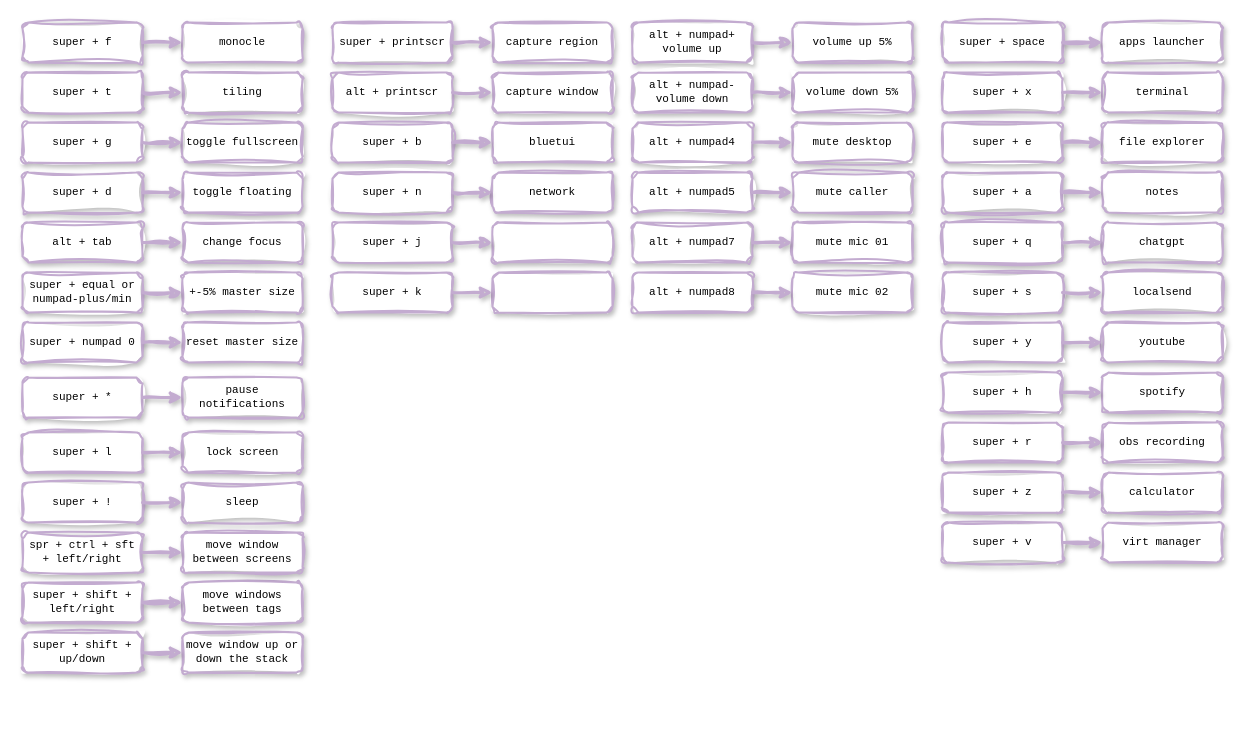
Earlier version of the draw.io diagram shortcutmap/keymap.drawio (alainpham/dwm-flexipatch). Source tidied: cells renumbered, new cells numbered last; positions are measured from the earlier drawing's top-left corner, leaving out a move shared by most shapes. Both pictures are drawn from the tidied source at 100%, with x=0, y=0 at pixel (22, 22).
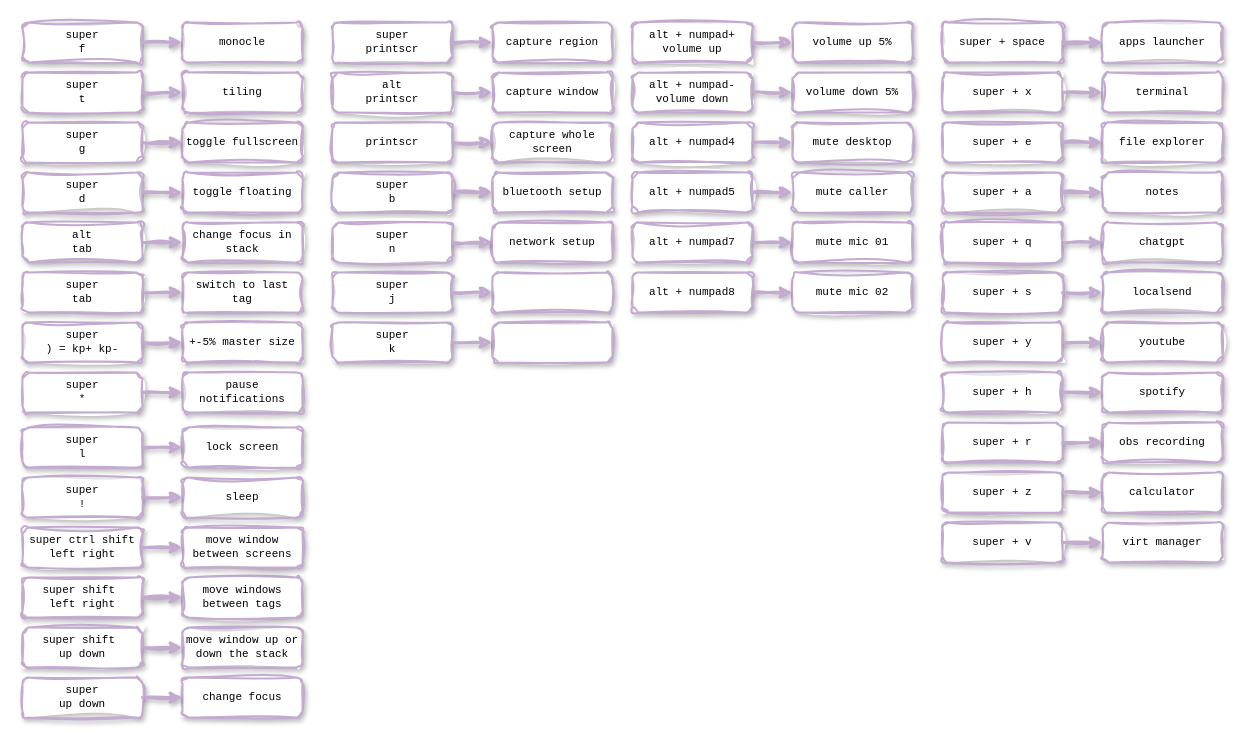
Above is the later version.

Diff of the diagram source:
```diff
@@
-    <mxCell id="5" value="super + printscr" style="rounded=1;whiteSpace=wrap;html=1;sketch=1;curveFitting=1;jiggle=2;glass=0;shadow=1;strokeColor=#C3ABD0;strokeWidth=2;align=center;verticalAlign=middle;fontFamily=Courier New;fontSize=11;fontColor=default;fillColor=default;" parent="1" vertex="1">
+    <mxCell id="5" value="super&lt;div&gt;printscr&lt;/div&gt;" style="rounded=1;whiteSpace=wrap;html=1;sketch=1;curveFitting=1;jiggle=2;glass=0;shadow=1;strokeColor=#C3ABD0;strokeWidth=2;align=center;verticalAlign=middle;fontFamily=Courier New;fontSize=11;fontColor=default;fillColor=default;" parent="1" vertex="1">
       <mxGeometry x="310" width="120" height="40" as="geometry" />
     </mxCell>
-    <mxCell id="6" value="alt + printscr" style="rounded=1;whiteSpace=wrap;html=1;sketch=1;curveFitting=1;jiggle=2;glass=0;shadow=1;strokeColor=#C3ABD0;strokeWidth=2;align=center;verticalAlign=middle;fontFamily=Courier New;fontSize=11;fontColor=default;fillColor=default;" parent="1" vertex="1">
+    <mxCell id="6" value="alt&lt;div&gt;printscr&lt;/div&gt;" style="rounded=1;whiteSpace=wrap;html=1;sketch=1;curveFitting=1;jiggle=2;glass=0;shadow=1;strokeColor=#C3ABD0;strokeWidth=2;align=center;verticalAlign=middle;fontFamily=Courier New;fontSize=11;fontColor=default;fillColor=default;" parent="1" vertex="1">
       <mxGeometry x="310" y="50" width="120" height="40" as="geometry" />
     </mxCell>
@@
-    <mxCell id="18" value="super + l" style="rounded=1;whiteSpace=wrap;html=1;sketch=1;curveFitting=1;jiggle=2;glass=0;shadow=1;strokeColor=#C3ABD0;strokeWidth=2;align=center;verticalAlign=middle;fontFamily=Courier New;fontSize=11;fontColor=default;fillColor=default;" parent="1" vertex="1">
-      <mxGeometry y="410" width="120" height="40" as="geometry" />
+    <mxCell id="18" value="super&lt;div&gt;l&lt;/div&gt;" style="rounded=1;whiteSpace=wrap;html=1;sketch=1;curveFitting=1;jiggle=2;glass=0;shadow=1;strokeColor=#C3ABD0;strokeWidth=2;align=center;verticalAlign=middle;fontFamily=Courier New;fontSize=11;fontColor=default;fillColor=default;" parent="1" vertex="1">
+      <mxGeometry y="405" width="120" height="40" as="geometry" />
     </mxCell>
@@
     <mxCell id="20" value="lock screen" style="whiteSpace=wrap;html=1;strokeColor=#C3ABD0;rounded=1;sketch=1;curveFitting=1;jiggle=2;glass=0;shadow=1;strokeWidth=2;fontFamily=Courier New;fontSize=11;" parent="1" vertex="1">
-      <mxGeometry x="160" y="410" width="120" height="40" as="geometry" />
+      <mxGeometry x="160" y="405" width="120" height="40" as="geometry" />
     </mxCell>
@@
-    <mxCell id="41" value="super + *" style="rounded=1;whiteSpace=wrap;html=1;sketch=1;curveFitting=1;jiggle=2;glass=0;shadow=1;strokeColor=#C3ABD0;strokeWidth=2;align=center;verticalAlign=middle;fontFamily=Courier New;fontSize=11;fontColor=default;fillColor=default;" parent="1" vertex="1">
-      <mxGeometry y="355" width="120" height="40" as="geometry" />
+    <mxCell id="41" value="super&lt;div&gt;*&lt;/div&gt;" style="rounded=1;whiteSpace=wrap;html=1;sketch=1;curveFitting=1;jiggle=2;glass=0;shadow=1;strokeColor=#C3ABD0;strokeWidth=2;align=center;verticalAlign=middle;fontFamily=Courier New;fontSize=11;fontColor=default;fillColor=default;" parent="1" vertex="1">
+      <mxGeometry y="350" width="120" height="40" as="geometry" />
     </mxCell>
@@
-    <mxCell id="45" value="super + d" style="rounded=1;whiteSpace=wrap;html=1;sketch=1;curveFitting=1;jiggle=2;glass=0;shadow=1;strokeColor=#C3ABD0;strokeWidth=2;align=center;verticalAlign=middle;fontFamily=Courier New;fontSize=11;fontColor=default;fillColor=default;" parent="1" vertex="1">
+    <mxCell id="45" value="super&lt;div&gt;&lt;span style=&quot;background-color: transparent; color: light-dark(rgb(0, 0, 0), rgb(255, 255, 255));&quot;&gt;d&lt;/span&gt;&lt;/div&gt;" style="rounded=1;whiteSpace=wrap;html=1;sketch=1;curveFitting=1;jiggle=2;glass=0;shadow=1;strokeColor=#C3ABD0;strokeWidth=2;align=center;verticalAlign=middle;fontFamily=Courier New;fontSize=11;fontColor=default;fillColor=default;" parent="1" vertex="1">
       <mxGeometry y="150" width="120" height="40" as="geometry" />
     </mxCell>
-    <mxCell id="46" value="super + t" style="rounded=1;whiteSpace=wrap;html=1;sketch=1;curveFitting=1;jiggle=2;glass=0;shadow=1;strokeColor=#C3ABD0;strokeWidth=2;align=center;verticalAlign=middle;fontFamily=Courier New;fontSize=11;fontColor=default;fillColor=default;" parent="1" vertex="1">
+    <mxCell id="46" value="super&lt;div&gt;t&lt;/div&gt;" style="rounded=1;whiteSpace=wrap;html=1;sketch=1;curveFitting=1;jiggle=2;glass=0;shadow=1;strokeColor=#C3ABD0;strokeWidth=2;align=center;verticalAlign=middle;fontFamily=Courier New;fontSize=11;fontColor=default;fillColor=default;" parent="1" vertex="1">
       <mxGeometry y="50" width="120" height="40" as="geometry" />
     </mxCell>
     <mxCell id="47" value="pause notifications" style="whiteSpace=wrap;html=1;strokeColor=#C3ABD0;rounded=1;sketch=1;curveFitting=1;jiggle=2;glass=0;shadow=1;strokeWidth=2;fontFamily=Courier New;fontSize=11;" parent="1" vertex="1">
-      <mxGeometry x="160" y="355" width="120" height="40" as="geometry" />
+      <mxGeometry x="160" y="350" width="120" height="40" as="geometry" />
     </mxCell>
@@
-    <mxCell id="63" value="super + b" style="rounded=1;whiteSpace=wrap;html=1;sketch=1;curveFitting=1;jiggle=2;glass=0;shadow=1;strokeColor=#C3ABD0;strokeWidth=2;align=center;verticalAlign=middle;fontFamily=Courier New;fontSize=11;fontColor=default;fillColor=default;" parent="1" vertex="1">
-      <mxGeometry x="310" y="100" width="120" height="40" as="geometry" />
+    <mxCell id="63" value="super&lt;div&gt;b&lt;/div&gt;" style="rounded=1;whiteSpace=wrap;html=1;sketch=1;curveFitting=1;jiggle=2;glass=0;shadow=1;strokeColor=#C3ABD0;strokeWidth=2;align=center;verticalAlign=middle;fontFamily=Courier New;fontSize=11;fontColor=default;fillColor=default;" parent="1" vertex="1">
+      <mxGeometry x="310" y="150" width="120" height="40" as="geometry" />
     </mxCell>
@@
-    <mxCell id="65" value="bluetui" style="whiteSpace=wrap;html=1;strokeColor=#C3ABD0;rounded=1;sketch=1;curveFitting=1;jiggle=2;glass=0;shadow=1;strokeWidth=2;fontFamily=Courier New;fontSize=11;" parent="1" vertex="1">
-      <mxGeometry x="470" y="100" width="120" height="40" as="geometry" />
+    <mxCell id="65" value="bluetooth setup" style="whiteSpace=wrap;html=1;strokeColor=#C3ABD0;rounded=1;sketch=1;curveFitting=1;jiggle=2;glass=0;shadow=1;strokeWidth=2;fontFamily=Courier New;fontSize=11;" parent="1" vertex="1">
+      <mxGeometry x="470" y="150" width="120" height="40" as="geometry" />
     </mxCell>
@@
-    <mxCell id="68" value="super + n" style="rounded=1;whiteSpace=wrap;html=1;sketch=1;curveFitting=1;jiggle=2;glass=0;shadow=1;strokeColor=#C3ABD0;strokeWidth=2;align=center;verticalAlign=middle;fontFamily=Courier New;fontSize=11;fontColor=default;fillColor=default;" parent="1" vertex="1">
-      <mxGeometry x="310" y="150" width="120" height="40" as="geometry" />
+    <mxCell id="68" value="super&lt;div&gt;n&lt;/div&gt;" style="rounded=1;whiteSpace=wrap;html=1;sketch=1;curveFitting=1;jiggle=2;glass=0;shadow=1;strokeColor=#C3ABD0;strokeWidth=2;align=center;verticalAlign=middle;fontFamily=Courier New;fontSize=11;fontColor=default;fillColor=default;" parent="1" vertex="1">
+      <mxGeometry x="310" y="200" width="120" height="40" as="geometry" />
     </mxCell>
-    <mxCell id="69" value="network" style="whiteSpace=wrap;html=1;strokeColor=#C3ABD0;rounded=1;sketch=1;curveFitting=1;jiggle=2;glass=0;shadow=1;strokeWidth=2;fontFamily=Courier New;fontSize=11;" parent="1" vertex="1">
-      <mxGeometry x="470" y="150" width="120" height="40" as="geometry" />
+    <mxCell id="69" value="network setup" style="whiteSpace=wrap;html=1;strokeColor=#C3ABD0;rounded=1;sketch=1;curveFitting=1;jiggle=2;glass=0;shadow=1;strokeWidth=2;fontFamily=Courier New;fontSize=11;" parent="1" vertex="1">
+      <mxGeometry x="470" y="200" width="120" height="40" as="geometry" />
     </mxCell>
@@
-    <mxCell id="77" value="super + k" style="rounded=1;whiteSpace=wrap;html=1;sketch=1;curveFitting=1;jiggle=2;glass=0;shadow=1;strokeColor=#C3ABD0;strokeWidth=2;align=center;verticalAlign=middle;fontFamily=Courier New;fontSize=11;fontColor=default;fillColor=default;" parent="1" vertex="1">
-      <mxGeometry x="310" y="250" width="120" height="40" as="geometry" />
+    <mxCell id="77" value="super&lt;div&gt;k&lt;/div&gt;" style="rounded=1;whiteSpace=wrap;html=1;sketch=1;curveFitting=1;jiggle=2;glass=0;shadow=1;strokeColor=#C3ABD0;strokeWidth=2;align=center;verticalAlign=middle;fontFamily=Courier New;fontSize=11;fontColor=default;fillColor=default;" parent="1" vertex="1">
+      <mxGeometry x="310" y="300" width="120" height="40" as="geometry" />
     </mxCell>
     <mxCell id="78" style="whiteSpace=wrap;html=1;strokeColor=#C3ABD0;rounded=1;sketch=1;curveFitting=1;jiggle=2;glass=0;shadow=1;strokeWidth=2;fontFamily=Courier New;fontSize=11;" parent="1" vertex="1">
-      <mxGeometry x="470" y="250" width="120" height="40" as="geometry" />
+      <mxGeometry x="470" y="300" width="120" height="40" as="geometry" />
     </mxCell>
@@
-    <mxCell id="80" value="super + f" style="rounded=1;whiteSpace=wrap;html=1;sketch=1;curveFitting=1;jiggle=2;glass=0;shadow=1;strokeColor=#C3ABD0;strokeWidth=2;align=center;verticalAlign=middle;fontFamily=Courier New;fontSize=11;fontColor=default;fillColor=default;" parent="1" vertex="1">
+    <mxCell id="80" value="super&lt;div&gt;f&lt;/div&gt;" style="rounded=1;whiteSpace=wrap;html=1;sketch=1;curveFitting=1;jiggle=2;glass=0;shadow=1;strokeColor=#C3ABD0;strokeWidth=2;align=center;verticalAlign=middle;fontFamily=Courier New;fontSize=11;fontColor=default;fillColor=default;" parent="1" vertex="1">
       <mxGeometry width="120" height="40" as="geometry" />
     </mxCell>
@@
-    <mxCell id="83" value="super + !" style="rounded=1;whiteSpace=wrap;html=1;sketch=1;curveFitting=1;jiggle=2;glass=0;shadow=1;strokeColor=#C3ABD0;strokeWidth=2;align=center;verticalAlign=middle;fontFamily=Courier New;fontSize=11;fontColor=default;fillColor=default;" parent="1" vertex="1">
-      <mxGeometry y="460" width="120" height="40" as="geometry" />
+    <mxCell id="83" value="super&lt;div&gt;!&lt;/div&gt;" style="rounded=1;whiteSpace=wrap;html=1;sketch=1;curveFitting=1;jiggle=2;glass=0;shadow=1;strokeColor=#C3ABD0;strokeWidth=2;align=center;verticalAlign=middle;fontFamily=Courier New;fontSize=11;fontColor=default;fillColor=default;" parent="1" vertex="1">
+      <mxGeometry y="455" width="120" height="40" as="geometry" />
     </mxCell>
     <mxCell id="84" value="sleep" style="whiteSpace=wrap;html=1;strokeColor=#C3ABD0;rounded=1;sketch=1;curveFitting=1;jiggle=2;glass=0;shadow=1;strokeWidth=2;fontFamily=Courier New;fontSize=11;" parent="1" vertex="1">
-      <mxGeometry x="160" y="460" width="120" height="40" as="geometry" />
+      <mxGeometry x="160" y="455" width="120" height="40" as="geometry" />
     </mxCell>
@@
-    <mxCell id="86" value="super + g" style="rounded=1;whiteSpace=wrap;html=1;sketch=1;curveFitting=1;jiggle=2;glass=0;shadow=1;strokeColor=#C3ABD0;strokeWidth=2;align=center;verticalAlign=middle;fontFamily=Courier New;fontSize=11;fontColor=default;fillColor=default;" parent="1" vertex="1">
+    <mxCell id="86" value="super&lt;div&gt;g&lt;/div&gt;" style="rounded=1;whiteSpace=wrap;html=1;sketch=1;curveFitting=1;jiggle=2;glass=0;shadow=1;strokeColor=#C3ABD0;strokeWidth=2;align=center;verticalAlign=middle;fontFamily=Courier New;fontSize=11;fontColor=default;fillColor=default;" parent="1" vertex="1">
       <mxGeometry y="100" width="120" height="40" as="geometry" />
     </mxCell>
@@
-    <mxCell id="89" value="alt + tab" style="rounded=1;whiteSpace=wrap;html=1;sketch=1;curveFitting=1;jiggle=2;glass=0;shadow=1;strokeColor=#C3ABD0;strokeWidth=2;align=center;verticalAlign=middle;fontFamily=Courier New;fontSize=11;fontColor=default;fillColor=default;" parent="1" vertex="1">
+    <mxCell id="89" value="alt&lt;div&gt;&lt;span style=&quot;background-color: transparent; color: light-dark(rgb(0, 0, 0), rgb(255, 255, 255));&quot;&gt;tab&lt;/span&gt;&lt;/div&gt;" style="rounded=1;whiteSpace=wrap;html=1;sketch=1;curveFitting=1;jiggle=2;glass=0;shadow=1;strokeColor=#C3ABD0;strokeWidth=2;align=center;verticalAlign=middle;fontFamily=Courier New;fontSize=11;fontColor=default;fillColor=default;" parent="1" vertex="1">
       <mxGeometry y="200" width="120" height="40" as="geometry" />
     </mxCell>
-    <mxCell id="90" value="change focus" style="whiteSpace=wrap;html=1;strokeColor=#C3ABD0;rounded=1;sketch=1;curveFitting=1;jiggle=2;glass=0;shadow=1;strokeWidth=2;fontFamily=Courier New;fontSize=11;" parent="1" vertex="1">
+    <mxCell id="90" value="change focus in stack" style="whiteSpace=wrap;html=1;strokeColor=#C3ABD0;rounded=1;sketch=1;curveFitting=1;jiggle=2;glass=0;shadow=1;strokeWidth=2;fontFamily=Courier New;fontSize=11;" parent="1" vertex="1">
       <mxGeometry x="160" y="200" width="120" height="40" as="geometry" />
     </mxCell>
@@
-    <mxCell id="92" value="super + j" style="rounded=1;whiteSpace=wrap;html=1;sketch=1;curveFitting=1;jiggle=2;glass=0;shadow=1;strokeColor=#C3ABD0;strokeWidth=2;align=center;verticalAlign=middle;fontFamily=Courier New;fontSize=11;fontColor=default;fillColor=default;" parent="1" vertex="1">
-      <mxGeometry x="310" y="200" width="120" height="40" as="geometry" />
+    <mxCell id="92" value="super&lt;div&gt;j&lt;/div&gt;" style="rounded=1;whiteSpace=wrap;html=1;sketch=1;curveFitting=1;jiggle=2;glass=0;shadow=1;strokeColor=#C3ABD0;strokeWidth=2;align=center;verticalAlign=middle;fontFamily=Courier New;fontSize=11;fontColor=default;fillColor=default;" parent="1" vertex="1">
+      <mxGeometry x="310" y="250" width="120" height="40" as="geometry" />
     </mxCell>
     <mxCell id="93" style="whiteSpace=wrap;html=1;strokeColor=#C3ABD0;rounded=1;sketch=1;curveFitting=1;jiggle=2;glass=0;shadow=1;strokeWidth=2;fontFamily=Courier New;fontSize=11;" parent="1" vertex="1">
-      <mxGeometry x="470" y="200" width="120" height="40" as="geometry" />
+      <mxGeometry x="470" y="250" width="120" height="40" as="geometry" />
     </mxCell>
@@
-    <mxCell id="95" value="super + numpad 0" style="rounded=1;whiteSpace=wrap;html=1;sketch=1;curveFitting=1;jiggle=2;glass=0;shadow=1;strokeColor=#C3ABD0;strokeWidth=2;align=center;verticalAlign=middle;fontFamily=Courier New;fontSize=11;fontColor=default;fillColor=default;" parent="1" vertex="1">
-      <mxGeometry y="300" width="120" height="40" as="geometry" />
-    </mxCell>
-    <mxCell id="96" value="reset master size" style="whiteSpace=wrap;html=1;strokeColor=#C3ABD0;rounded=1;sketch=1;curveFitting=1;jiggle=2;glass=0;shadow=1;strokeWidth=2;fontFamily=Courier New;fontSize=11;" parent="1" vertex="1">
-      <mxGeometry x="160" y="300" width="120" height="40" as="geometry" />
-    </mxCell>
-    <mxCell id="97" style="endArrow=classic;html=1;rounded=0;shadow=1;sketch=1;jiggle=2;curveFitting=1;strokeColor=#C3ABD0;strokeWidth=3;align=center;verticalAlign=middle;fontFamily=Courier New;fontSize=11;fontColor=default;labelBackgroundColor=default;edgeStyle=orthogonalEdgeStyle;flowAnimation=0;" parent="1" edge="1" source="95" target="96">
-      <mxGeometry relative="1" as="geometry" />
-    </mxCell>
-    <mxCell id="98" value="super + equal or numpad-plus/min" style="rounded=1;whiteSpace=wrap;html=1;sketch=1;curveFitting=1;jiggle=2;glass=0;shadow=1;strokeColor=#C3ABD0;strokeWidth=2;align=center;verticalAlign=middle;fontFamily=Courier New;fontSize=11;fontColor=default;fillColor=default;" parent="1" vertex="1">
-      <mxGeometry y="250" width="120" height="40" as="geometry" />
+    <mxCell id="98" value="super&lt;div&gt;) = kp+ kp-&lt;/div&gt;" style="rounded=1;whiteSpace=wrap;html=1;sketch=1;curveFitting=1;jiggle=2;glass=0;shadow=1;strokeColor=#C3ABD0;strokeWidth=2;align=center;verticalAlign=middle;fontFamily=Courier New;fontSize=11;fontColor=default;fillColor=default;" parent="1" vertex="1">
+      <mxGeometry y="300" width="120" height="40" as="geometry" />
     </mxCell>
     <mxCell id="99" value="+-5% master size" style="whiteSpace=wrap;html=1;strokeColor=#C3ABD0;rounded=1;sketch=1;curveFitting=1;jiggle=2;glass=0;shadow=1;strokeWidth=2;fontFamily=Courier New;fontSize=11;" parent="1" vertex="1">
-      <mxGeometry x="160" y="250" width="120" height="40" as="geometry" />
+      <mxGeometry x="160" y="300" width="120" height="40" as="geometry" />
     </mxCell>
@@
-    <mxCell id="101" value="super + shift + left/right" style="rounded=1;whiteSpace=wrap;html=1;sketch=1;curveFitting=1;jiggle=2;glass=0;shadow=1;strokeColor=#C3ABD0;strokeWidth=2;align=center;verticalAlign=middle;fontFamily=Courier New;fontSize=11;fontColor=default;fillColor=default;" parent="1" vertex="1">
-      <mxGeometry y="560" width="120" height="40" as="geometry" />
+    <mxCell id="101" value="super shift&amp;nbsp;&lt;div&gt;left right&lt;/div&gt;" style="rounded=1;whiteSpace=wrap;html=1;sketch=1;curveFitting=1;jiggle=2;glass=0;shadow=1;strokeColor=#C3ABD0;strokeWidth=2;align=center;verticalAlign=middle;fontFamily=Courier New;fontSize=11;fontColor=default;fillColor=default;" parent="1" vertex="1">
+      <mxGeometry y="555" width="120" height="40" as="geometry" />
     </mxCell>
     <mxCell id="102" value="move windows between tags" style="whiteSpace=wrap;html=1;strokeColor=#C3ABD0;rounded=1;sketch=1;curveFitting=1;jiggle=2;glass=0;shadow=1;strokeWidth=2;fontFamily=Courier New;fontSize=11;" parent="1" vertex="1">
-      <mxGeometry x="160" y="560" width="120" height="40" as="geometry" />
+      <mxGeometry x="160" y="555" width="120" height="40" as="geometry" />
     </mxCell>
@@
-    <mxCell id="104" value="spr + ctrl + sft + left/right" style="rounded=1;whiteSpace=wrap;html=1;sketch=1;curveFitting=1;jiggle=2;glass=0;shadow=1;strokeColor=#C3ABD0;strokeWidth=2;align=center;verticalAlign=middle;fontFamily=Courier New;fontSize=11;fontColor=default;fillColor=default;" parent="1" vertex="1">
-      <mxGeometry y="510" width="120" height="40" as="geometry" />
+    <mxCell id="104" value="super ctrl shift left right" style="rounded=1;whiteSpace=wrap;html=1;sketch=1;curveFitting=1;jiggle=2;glass=0;shadow=1;strokeColor=#C3ABD0;strokeWidth=2;align=center;verticalAlign=middle;fontFamily=Courier New;fontSize=11;fontColor=default;fillColor=default;" parent="1" vertex="1">
+      <mxGeometry y="505" width="120" height="40" as="geometry" />
     </mxCell>
     <mxCell id="105" value="move window between screens" style="whiteSpace=wrap;html=1;strokeColor=#C3ABD0;rounded=1;sketch=1;curveFitting=1;jiggle=2;glass=0;shadow=1;strokeWidth=2;fontFamily=Courier New;fontSize=11;" parent="1" vertex="1">
-      <mxGeometry x="160" y="510" width="120" height="40" as="geometry" />
+      <mxGeometry x="160" y="505" width="120" height="40" as="geometry" />
     </mxCell>
@@
-    <mxCell id="107" value="super + shift + up/down" style="rounded=1;whiteSpace=wrap;html=1;sketch=1;curveFitting=1;jiggle=2;glass=0;shadow=1;strokeColor=#C3ABD0;strokeWidth=2;align=center;verticalAlign=middle;fontFamily=Courier New;fontSize=11;fontColor=default;fillColor=default;" parent="1" vertex="1">
-      <mxGeometry y="610" width="120" height="40" as="geometry" />
+    <mxCell id="107" value="super shift&amp;nbsp;&lt;div&gt;up down&lt;/div&gt;" style="rounded=1;whiteSpace=wrap;html=1;sketch=1;curveFitting=1;jiggle=2;glass=0;shadow=1;strokeColor=#C3ABD0;strokeWidth=2;align=center;verticalAlign=middle;fontFamily=Courier New;fontSize=11;fontColor=default;fillColor=default;" parent="1" vertex="1">
+      <mxGeometry y="605" width="120" height="40" as="geometry" />
     </mxCell>
     <mxCell id="108" value="move window up or down the stack" style="whiteSpace=wrap;html=1;strokeColor=#C3ABD0;rounded=1;sketch=1;curveFitting=1;jiggle=2;glass=0;shadow=1;strokeWidth=2;fontFamily=Courier New;fontSize=11;" parent="1" vertex="1">
-      <mxGeometry x="160" y="610" width="120" height="40" as="geometry" />
+      <mxGeometry x="160" y="605" width="120" height="40" as="geometry" />
     </mxCell>
@@
+    <mxCell id="110" value="super&lt;div&gt;up down&lt;/div&gt;" style="rounded=1;whiteSpace=wrap;html=1;sketch=1;curveFitting=1;jiggle=2;glass=0;shadow=1;strokeColor=#C3ABD0;strokeWidth=2;align=center;verticalAlign=middle;fontFamily=Courier New;fontSize=11;fontColor=default;fillColor=default;" parent="1" vertex="1">
+      <mxGeometry y="655" width="120" height="40" as="geometry" />
+    </mxCell>
+    <mxCell id="111" value="change focus" style="whiteSpace=wrap;html=1;strokeColor=#C3ABD0;rounded=1;sketch=1;curveFitting=1;jiggle=2;glass=0;shadow=1;strokeWidth=2;fontFamily=Courier New;fontSize=11;" parent="1" vertex="1">
+      <mxGeometry x="160" y="655" width="120" height="40" as="geometry" />
+    </mxCell>
+    <mxCell id="112" style="endArrow=classic;html=1;rounded=0;shadow=1;sketch=1;jiggle=2;curveFitting=1;strokeColor=#C3ABD0;strokeWidth=3;align=center;verticalAlign=middle;fontFamily=Courier New;fontSize=11;fontColor=default;labelBackgroundColor=default;edgeStyle=orthogonalEdgeStyle;flowAnimation=0;" parent="1" edge="1" source="110" target="111">
+      <mxGeometry relative="1" as="geometry" />
+    </mxCell>
+    <mxCell id="113" value="super&lt;div&gt;tab&lt;/div&gt;" style="rounded=1;whiteSpace=wrap;html=1;sketch=1;curveFitting=1;jiggle=2;glass=0;shadow=1;strokeColor=#C3ABD0;strokeWidth=2;align=center;verticalAlign=middle;fontFamily=Courier New;fontSize=11;fontColor=default;fillColor=default;" parent="1" vertex="1">
+      <mxGeometry y="250" width="120" height="40" as="geometry" />
+    </mxCell>
+    <mxCell id="114" value="switch to last tag" style="whiteSpace=wrap;html=1;strokeColor=#C3ABD0;rounded=1;sketch=1;curveFitting=1;jiggle=2;glass=0;shadow=1;strokeWidth=2;fontFamily=Courier New;fontSize=11;" parent="1" vertex="1">
+      <mxGeometry x="160" y="250" width="120" height="40" as="geometry" />
+    </mxCell>
+    <mxCell id="115" style="endArrow=classic;html=1;rounded=0;shadow=1;sketch=1;jiggle=2;curveFitting=1;strokeColor=#C3ABD0;strokeWidth=3;align=center;verticalAlign=middle;fontFamily=Courier New;fontSize=11;fontColor=default;labelBackgroundColor=default;edgeStyle=orthogonalEdgeStyle;flowAnimation=0;" parent="1" edge="1" source="113" target="114">
+      <mxGeometry relative="1" as="geometry" />
+    </mxCell>
+    <mxCell id="116" value="printscr" style="rounded=1;whiteSpace=wrap;html=1;sketch=1;curveFitting=1;jiggle=2;glass=0;shadow=1;strokeColor=#C3ABD0;strokeWidth=2;align=center;verticalAlign=middle;fontFamily=Courier New;fontSize=11;fontColor=default;fillColor=default;" parent="1" vertex="1">
+      <mxGeometry x="310" y="100" width="120" height="40" as="geometry" />
+    </mxCell>
+    <mxCell id="117" value="capture whole screen" style="whiteSpace=wrap;html=1;strokeColor=#C3ABD0;rounded=1;sketch=1;curveFitting=1;jiggle=2;glass=0;shadow=1;strokeWidth=2;fontFamily=Courier New;fontSize=11;" parent="1" vertex="1">
+      <mxGeometry x="470" y="100" width="120" height="40" as="geometry" />
+    </mxCell>
+    <mxCell id="118" style="endArrow=classic;html=1;rounded=0;shadow=1;sketch=1;jiggle=2;curveFitting=1;strokeColor=#C3ABD0;strokeWidth=3;align=center;verticalAlign=middle;fontFamily=Courier New;fontSize=11;fontColor=default;labelBackgroundColor=default;edgeStyle=orthogonalEdgeStyle;flowAnimation=0;" parent="1" edge="1" source="116" target="117">
+      <mxGeometry relative="1" as="geometry" />
+    </mxCell>
```
